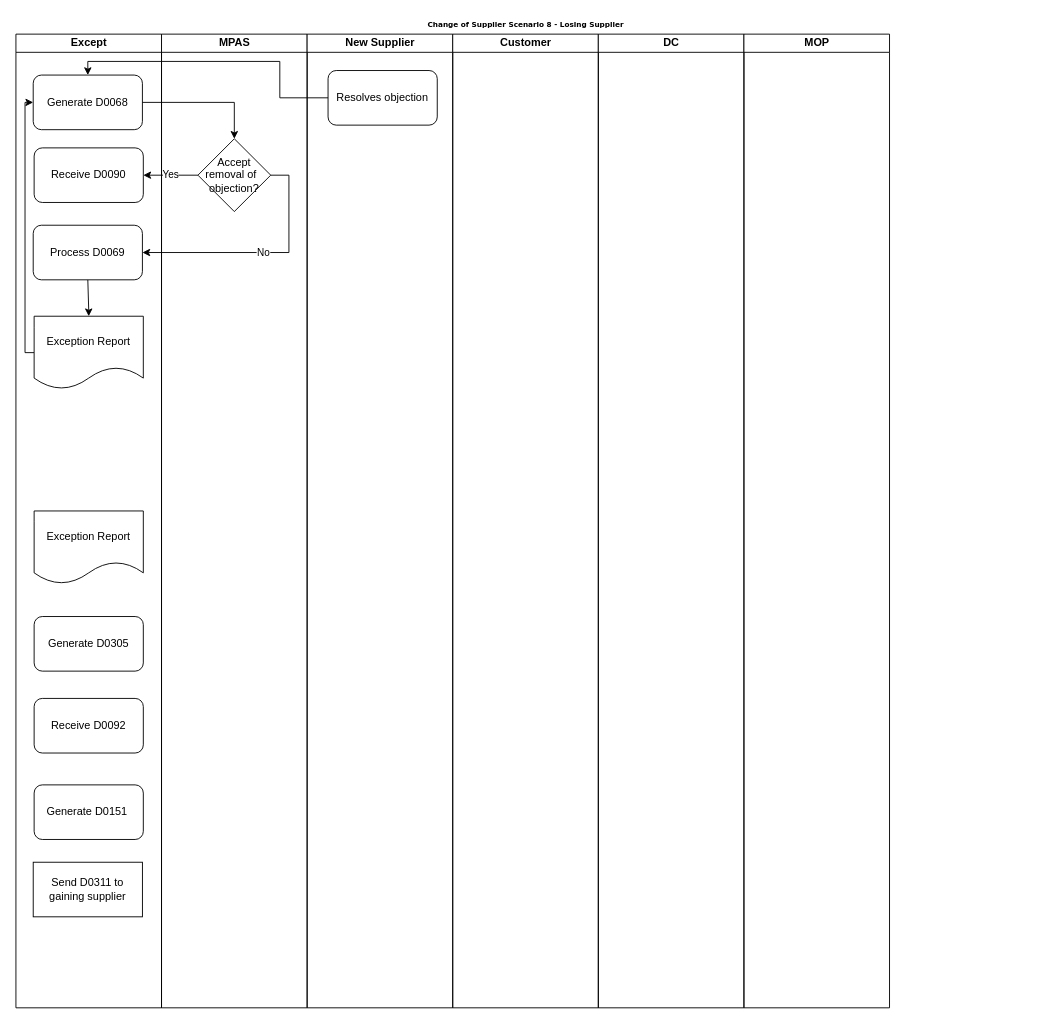
This is Losing Customer Electricity Scenario 2 - objections.drawio from andykanu/energy-business-processes, a draw.io file, before an edit. Source tidied: cells renumbered, new cells numbered last; positions are measured from the earlier drawing's top-left corner, leaving out a move shared by most shapes. Both pictures are drawn from the tidied source at 91%, with x=0, y=0 at pixel (15, 15).
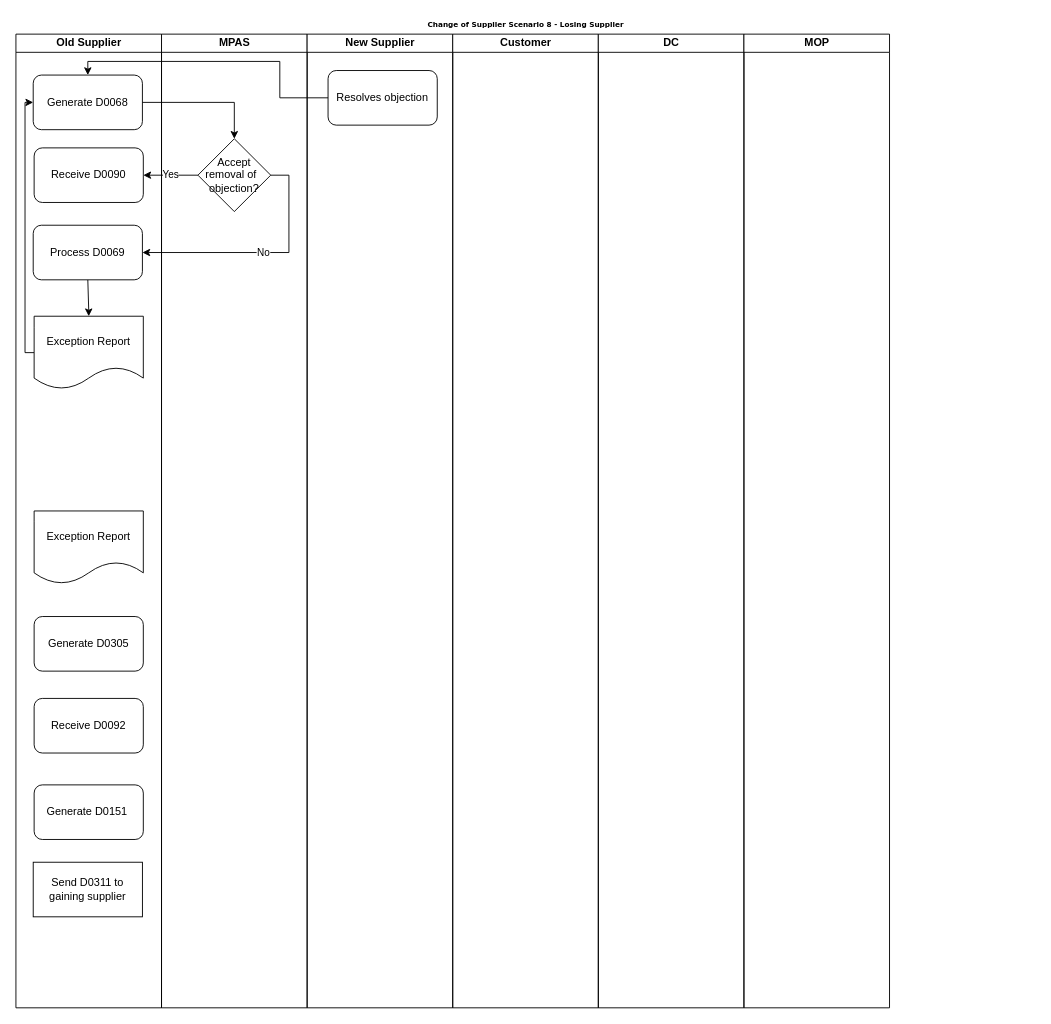
The same diagram, later.

The change refers to these unchanged cells:
```xml
<mxCell id="2" value="Change of Supplier Scenario 8 - Losing Supplier" style="swimlane;html=1;startSize=20;rounded=0;shadow=0;labelBackgroundColor=none;strokeColor=none;strokeWidth=1;fillColor=#ffffff;fontFamily=Verdana;fontSize=8;fontColor=#000000;align=center;" parent="1" vertex="1">
  <mxGeometry width="1120" height="1090" as="geometry" />
</mxCell>
```

Diff of the diagram source:
```diff
@@
-    <mxCell id="3" value="Except" style="swimlane;html=1;startSize=20;" parent="2" vertex="1">
+    <mxCell id="3" value="Old Supplier" style="swimlane;html=1;startSize=20;" parent="2" vertex="1">
       <mxGeometry y="20" width="160" height="1070" as="geometry" />
     </mxCell>
```
